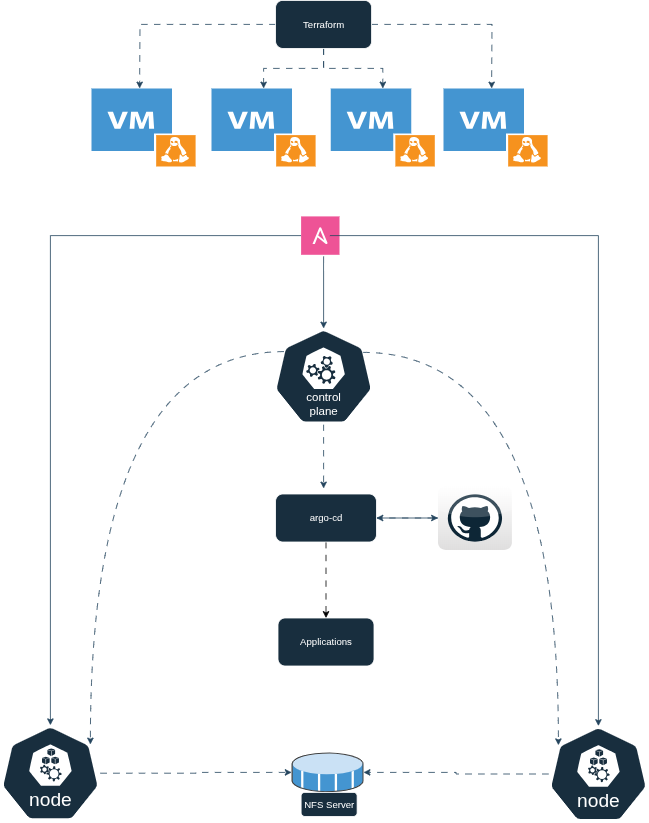
cz75ww/homelab-k3s-de-ploy keeps this draw.io diagram as images/HomelabK3S.drawio.png. Above is the earlier version. Source tidied: cells renumbered, new cells last; positions are measured from the earlier drawing's top-left corner, leaving out a move shared by most shapes. Source of this version:
```xml
<mxGraphModel>
  <root>
    <mxCell id="0" />
    <mxCell id="1" parent="0" />
    <mxCell id="2" style="edgeStyle=orthogonalEdgeStyle;rounded=0;jettySize=auto;html=1;strokeColor=#23445D;flowAnimation=1;" parent="1" edge="1" source="3">
      <mxGeometry relative="1" as="geometry">
        <mxPoint x="404" y="610" as="targetPoint" />
      </mxGeometry>
    </mxCell>
    <mxCell id="3" style="sketch=0;html=1;dashed=0;whitespace=wrap;verticalLabelPosition=bottom;verticalAlign=top;fillColor=#182E3E;strokeColor=#FFFFFF;points=[[0.005,0.63,0],[0.1,0.2,0],[0.9,0.2,0],[0.5,0,0],[0.995,0.63,0],[0.72,0.99,0],[0.5,1,0],[0.28,0.99,0]];shape=mxgraph.kubernetes.icon2;kubernetesLabel=1;prIcon=control_plane;labelBackgroundColor=none;fontColor=#FFFFFF;" parent="1" vertex="1">
      <mxGeometry x="341.5" y="410" width="125" height="120" as="geometry" />
    </mxCell>
    <mxCell id="4" style="edgeStyle=orthogonalEdgeStyle;rounded=0;jettySize=auto;html=1;strokeColor=#23445D;flowAnimation=1;" parent="1" edge="1" source="5" target="8">
      <mxGeometry relative="1" as="geometry" />
    </mxCell>
    <mxCell id="5" style="sketch=0;html=1;dashed=0;whitespace=wrap;verticalLabelPosition=bottom;verticalAlign=top;fillColor=#182E3E;strokeColor=#FFFFFF;points=[[0.005,0.63,0],[0.1,0.2,0],[0.9,0.2,0],[0.5,0,0],[0.995,0.63,0],[0.72,0.99,0],[0.5,1,0],[0.28,0.99,0]];shape=mxgraph.kubernetes.icon2;kubernetesLabel=1;prIcon=node;labelBackgroundColor=none;fontColor=#FFFFFF;" parent="1" vertex="1">
      <mxGeometry x="685" y="907" width="125" height="120" as="geometry" />
    </mxCell>
    <mxCell id="6" style="edgeStyle=orthogonalEdgeStyle;rounded=0;jettySize=auto;html=1;strokeColor=#23445D;flowAnimation=1;" parent="1" edge="1" source="7" target="8">
      <mxGeometry relative="1" as="geometry" />
    </mxCell>
    <mxCell id="7" style="sketch=0;html=1;dashed=0;whitespace=wrap;verticalLabelPosition=bottom;verticalAlign=top;fillColor=#182E3E;strokeColor=#FFFFFF;points=[[0.005,0.63,0],[0.1,0.2,0],[0.9,0.2,0],[0.5,0,0],[0.995,0.63,0],[0.72,0.99,0],[0.5,1,0],[0.28,0.99,0]];shape=mxgraph.kubernetes.icon2;kubernetesLabel=1;prIcon=node;labelBackgroundColor=none;fontColor=#FFFFFF;" parent="1" vertex="1">
      <mxGeometry y="906" width="125" height="120" as="geometry" />
    </mxCell>
    <mxCell id="8" style="shadow=0;dashed=0;html=1;labelPosition=center;verticalLabelPosition=bottom;verticalAlign=top;align=center;outlineConnect=0;shape=mxgraph.veeam.3d.datastore_volume;labelBackgroundColor=none;fillColor=#182E3E;strokeColor=#FFFFFF;fontColor=#FFFFFF;" parent="1" vertex="1">
      <mxGeometry x="364" y="940" width="90" height="50" as="geometry" />
    </mxCell>
    <mxCell id="9" value="NFS Server" style="rounded=1;whiteSpace=wrap;html=1;labelBackgroundColor=none;fillColor=#182E3E;strokeColor=#FFFFFF;fontColor=#FFFFFF;" parent="1" vertex="1">
      <mxGeometry x="375.9" y="990" width="70" height="30" as="geometry" />
    </mxCell>
    <mxCell id="10" style="edgeStyle=orthogonalEdgeStyle;rounded=0;jettySize=auto;html=1;strokeColor=#23445D;flowAnimation=1;" parent="1" edge="1" source="14">
      <mxGeometry relative="1" as="geometry">
        <mxPoint x="174" y="110" as="targetPoint" />
      </mxGeometry>
    </mxCell>
    <mxCell id="11" style="edgeStyle=orthogonalEdgeStyle;rounded=0;jettySize=auto;html=1;strokeColor=#23445D;flowAnimation=1;" parent="1" edge="1" source="14" target="16">
      <mxGeometry relative="1" as="geometry" />
    </mxCell>
    <mxCell id="12" style="edgeStyle=orthogonalEdgeStyle;rounded=0;jettySize=auto;html=1;strokeColor=#23445D;flowAnimation=1;" parent="1" edge="1" source="14" target="17">
      <mxGeometry relative="1" as="geometry" />
    </mxCell>
    <mxCell id="13" style="edgeStyle=orthogonalEdgeStyle;rounded=0;jettySize=auto;html=1;strokeColor=#23445D;flowAnimation=1;" parent="1" edge="1" source="14">
      <mxGeometry relative="1" as="geometry">
        <mxPoint x="614" y="110" as="targetPoint" />
      </mxGeometry>
    </mxCell>
    <mxCell id="14" value="Terraform" style="rounded=1;whiteSpace=wrap;html=1;strokeColor=#FFFFFF;fontColor=#FFFFFF;fillColor=#182E3E;" parent="1" vertex="1">
      <mxGeometry x="344" width="120" height="60" as="geometry" />
    </mxCell>
    <mxCell id="15" style="shadow=0;dashed=0;html=1;strokeColor=none;fillColor=#4495D1;labelPosition=center;verticalLabelPosition=bottom;verticalAlign=top;align=center;shape=mxgraph.veeam.vm_linux;fontColor=#FFFFFF;" parent="1" vertex="1">
      <mxGeometry x="114" y="110" width="130" height="97.6" as="geometry" />
    </mxCell>
    <mxCell id="16" style="shadow=0;dashed=0;html=1;strokeColor=none;fillColor=#4495D1;labelPosition=center;verticalLabelPosition=bottom;verticalAlign=top;align=center;outlineConnect=0;shape=mxgraph.veeam.vm_linux;fontColor=#FFFFFF;" parent="1" vertex="1">
      <mxGeometry x="264" y="110" width="130" height="97.6" as="geometry" />
    </mxCell>
    <mxCell id="17" style="shadow=0;dashed=0;html=1;strokeColor=none;fillColor=#4495D1;labelPosition=center;verticalLabelPosition=bottom;verticalAlign=top;align=center;outlineConnect=0;shape=mxgraph.veeam.vm_linux;fontColor=#FFFFFF;" parent="1" vertex="1">
      <mxGeometry x="413" y="110" width="130" height="97.6" as="geometry" />
    </mxCell>
    <mxCell id="18" style="shadow=0;dashed=0;html=1;strokeColor=none;fillColor=#4495D1;labelPosition=center;verticalLabelPosition=bottom;verticalAlign=top;align=center;shape=mxgraph.veeam.vm_linux;fontColor=#FFFFFF;" parent="1" vertex="1">
      <mxGeometry x="554" y="110" width="130" height="97.6" as="geometry" />
    </mxCell>
    <mxCell id="19" style="edgeStyle=orthogonalEdgeStyle;rounded=0;orthogonalLoop=1;jettySize=auto;html=1;strokeColor=#23445D;" parent="1" edge="1">
      <mxGeometry relative="1" as="geometry">
        <mxPoint x="404" y="320" as="sourcePoint" />
        <mxPoint x="404" y="410" as="targetPoint" />
      </mxGeometry>
    </mxCell>
    <mxCell id="20" style="edgeStyle=orthogonalEdgeStyle;rounded=0;jettySize=auto;html=1;entryX=0.5;entryY=0;entryDx=0;entryDy=0;entryPerimeter=0;strokeColor=#23445D;exitX=0;exitY=0.5;exitDx=0;exitDy=0;" parent="1" edge="1" source="25" target="7">
      <mxGeometry relative="1" as="geometry" />
    </mxCell>
    <mxCell id="21" style="edgeStyle=orthogonalEdgeStyle;rounded=0;jettySize=auto;html=1;strokeColor=#23445D;curved=1;entryX=0.1;entryY=0.2;entryDx=0;entryDy=0;entryPerimeter=0;flowAnimation=1;" parent="1" edge="1" target="5">
      <mxGeometry relative="1" as="geometry">
        <mxPoint x="453.5" y="440" as="sourcePoint" />
      </mxGeometry>
    </mxCell>
    <mxCell id="22" style="edgeStyle=orthogonalEdgeStyle;rounded=0;jettySize=auto;html=1;strokeColor=#23445D;curved=1;flowAnimation=1;entryX=0.9;entryY=0.2;entryDx=0;entryDy=0;entryPerimeter=0;" parent="1" edge="1" target="7">
      <mxGeometry relative="1" as="geometry">
        <mxPoint x="354.5" y="439" as="sourcePoint" />
      </mxGeometry>
    </mxCell>
    <mxCell id="23" style="edgeStyle=orthogonalEdgeStyle;rounded=0;jettySize=auto;html=1;entryX=1;entryY=0.5;entryDx=0;entryDy=0;strokeColor=#23445D;" parent="1" edge="1" source="24" target="30">
      <mxGeometry relative="1" as="geometry" />
    </mxCell>
    <mxCell id="24" style="dashed=0;outlineConnect=0;html=1;align=center;labelPosition=center;verticalLabelPosition=bottom;verticalAlign=top;shape=mxgraph.webicons.github;gradientColor=#DFDEDE;strokeColor=#FFFFFF;fontColor=#FFFFFF;" parent="1" vertex="1">
      <mxGeometry x="547" y="607" width="92.4" height="80" as="geometry" />
    </mxCell>
    <mxCell id="25" value="Ansible" style="shape=rect;fillColor=#EE5396;labelPosition=center;verticalLabelPosition=bottom;align=center;verticalAlign=top;strokeColor=none;fontSize=14;fontColor=#FFFFFF;" parent="1" vertex="1">
      <mxGeometry x="375.9" y="270" width="48" height="48" as="geometry" />
    </mxCell>
    <mxCell id="26" style="fillColor=#ffffff;strokeColor=none;dashed=0;outlineConnect=0;html=1;labelPosition=center;verticalLabelPosition=bottom;verticalAlign=top;shape=mxgraph.ibm_cloud.logo--ansible-community;fontColor=#FFFFFF;" parent="25" vertex="1">
      <mxGeometry width="24" height="24" relative="1" as="geometry">
        <mxPoint x="12" y="12" as="offset" />
      </mxGeometry>
    </mxCell>
    <mxCell id="27" style="edgeStyle=orthogonalEdgeStyle;rounded=0;jettySize=auto;html=1;entryX=0.5;entryY=0;entryDx=0;entryDy=0;entryPerimeter=0;strokeColor=#23445D;" parent="1" edge="1" source="26" target="5">
      <mxGeometry relative="1" as="geometry" />
    </mxCell>
    <mxCell id="28" style="rounded=0;jettySize=auto;html=1;strokeColor=#23445D;flowAnimation=1;" parent="1" edge="1" source="30" target="24">
      <mxGeometry relative="1" as="geometry" />
    </mxCell>
    <mxCell id="29" style="edgeStyle=orthogonalEdgeStyle;rounded=0;jettySize=auto;html=1;flowAnimation=1;" parent="1" edge="1" source="30" target="31">
      <mxGeometry relative="1" as="geometry" />
    </mxCell>
    <mxCell id="30" value="argo-cd" style="rounded=1;whiteSpace=wrap;html=1;strokeColor=#FFFFFF;fontColor=#FFFFFF;fillColor=#182E3E;" parent="1" vertex="1">
      <mxGeometry x="344" y="617" width="126" height="60" as="geometry" />
    </mxCell>
    <mxCell id="31" value="Applications" style="rounded=1;whiteSpace=wrap;html=1;strokeColor=#FFFFFF;fontColor=#FFFFFF;fillColor=#182E3E;" parent="1" vertex="1">
      <mxGeometry x="347" y="772" width="120" height="60" as="geometry" />
    </mxCell>
  </root>
</mxGraphModel>
```
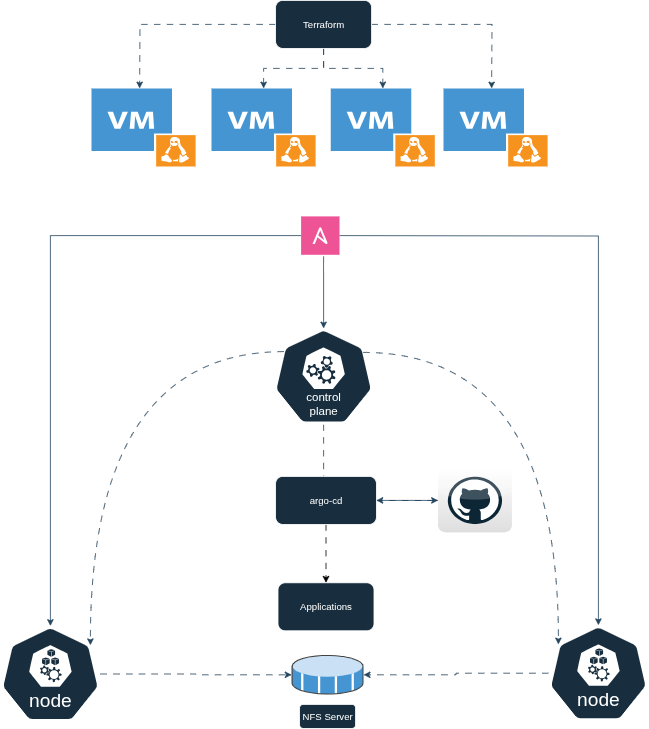
The same diagram one commit later.

The edit, as a diff of the source:
```diff
@@ -14,19 +14,19 @@
       <mxGeometry relative="1" as="geometry" />
     </mxCell>
     <mxCell id="5" style="sketch=0;html=1;dashed=0;whitespace=wrap;verticalLabelPosition=bottom;verticalAlign=top;fillColor=#182E3E;strokeColor=#FFFFFF;points=[[0.005,0.63,0],[0.1,0.2,0],[0.9,0.2,0],[0.5,0,0],[0.995,0.63,0],[0.72,0.99,0],[0.5,1,0],[0.28,0.99,0]];shape=mxgraph.kubernetes.icon2;kubernetesLabel=1;prIcon=node;labelBackgroundColor=none;fontColor=#FFFFFF;" parent="1" vertex="1">
-      <mxGeometry x="685" y="907" width="125" height="120" as="geometry" />
+      <mxGeometry x="685" y="781" width="125" height="120" as="geometry" />
     </mxCell>
     <mxCell id="6" style="edgeStyle=orthogonalEdgeStyle;rounded=0;jettySize=auto;html=1;strokeColor=#23445D;flowAnimation=1;" parent="1" edge="1" source="7" target="8">
       <mxGeometry relative="1" as="geometry" />
     </mxCell>
     <mxCell id="7" style="sketch=0;html=1;dashed=0;whitespace=wrap;verticalLabelPosition=bottom;verticalAlign=top;fillColor=#182E3E;strokeColor=#FFFFFF;points=[[0.005,0.63,0],[0.1,0.2,0],[0.9,0.2,0],[0.5,0,0],[0.995,0.63,0],[0.72,0.99,0],[0.5,1,0],[0.28,0.99,0]];shape=mxgraph.kubernetes.icon2;kubernetesLabel=1;prIcon=node;labelBackgroundColor=none;fontColor=#FFFFFF;" parent="1" vertex="1">
-      <mxGeometry y="906" width="125" height="120" as="geometry" />
+      <mxGeometry y="782" width="125" height="120" as="geometry" />
     </mxCell>
     <mxCell id="8" style="shadow=0;dashed=0;html=1;labelPosition=center;verticalLabelPosition=bottom;verticalAlign=top;align=center;outlineConnect=0;shape=mxgraph.veeam.3d.datastore_volume;labelBackgroundColor=none;fillColor=#182E3E;strokeColor=#FFFFFF;fontColor=#FFFFFF;" parent="1" vertex="1">
-      <mxGeometry x="364" y="940" width="90" height="50" as="geometry" />
+      <mxGeometry x="364" y="818" width="90" height="50" as="geometry" />
     </mxCell>
     <mxCell id="9" value="NFS Server" style="rounded=1;whiteSpace=wrap;html=1;labelBackgroundColor=none;fillColor=#182E3E;strokeColor=#FFFFFF;fontColor=#FFFFFF;" parent="1" vertex="1">
-      <mxGeometry x="375.9" y="990" width="70" height="30" as="geometry" />
+      <mxGeometry x="374" y="880" width="70" height="30" as="geometry" />
     </mxCell>
     <mxCell id="10" style="edgeStyle=orthogonalEdgeStyle;rounded=0;jettySize=auto;html=1;strokeColor=#23445D;flowAnimation=1;" parent="1" edge="1" source="14">
       <mxGeometry relative="1" as="geometry">
@@ -82,7 +82,7 @@
       <mxGeometry relative="1" as="geometry" />
     </mxCell>
     <mxCell id="24" style="dashed=0;outlineConnect=0;html=1;align=center;labelPosition=center;verticalLabelPosition=bottom;verticalAlign=top;shape=mxgraph.webicons.github;gradientColor=#DFDEDE;strokeColor=#FFFFFF;fontColor=#FFFFFF;" parent="1" vertex="1">
-      <mxGeometry x="547" y="607" width="92.4" height="80" as="geometry" />
+      <mxGeometry x="547" y="585" width="92.4" height="80" as="geometry" />
     </mxCell>
     <mxCell id="25" value="Ansible" style="shape=rect;fillColor=#EE5396;labelPosition=center;verticalLabelPosition=bottom;align=center;verticalAlign=top;strokeColor=none;fontSize=14;fontColor=#FFFFFF;" parent="1" vertex="1">
       <mxGeometry x="375.9" y="270" width="48" height="48" as="geometry" />
@@ -92,8 +92,10 @@
         <mxPoint x="12" y="12" as="offset" />
       </mxGeometry>
     </mxCell>
-    <mxCell id="27" style="edgeStyle=orthogonalEdgeStyle;rounded=0;jettySize=auto;html=1;entryX=0.5;entryY=0;entryDx=0;entryDy=0;entryPerimeter=0;strokeColor=#23445D;" parent="1" edge="1" source="26" target="5">
-      <mxGeometry relative="1" as="geometry" />
+    <mxCell id="27" style="edgeStyle=orthogonalEdgeStyle;rounded=0;jettySize=auto;html=1;entryX=0.5;entryY=0;entryDx=0;entryDy=0;entryPerimeter=0;strokeColor=#23445D;" parent="1" edge="1" target="5">
+      <mxGeometry relative="1" as="geometry">
+        <mxPoint x="424" y="294" as="sourcePoint" />
+      </mxGeometry>
     </mxCell>
     <mxCell id="28" style="rounded=0;jettySize=auto;html=1;strokeColor=#23445D;flowAnimation=1;" parent="1" edge="1" source="30" target="24">
       <mxGeometry relative="1" as="geometry" />
@@ -102,10 +104,10 @@
       <mxGeometry relative="1" as="geometry" />
     </mxCell>
     <mxCell id="30" value="argo-cd" style="rounded=1;whiteSpace=wrap;html=1;strokeColor=#FFFFFF;fontColor=#FFFFFF;fillColor=#182E3E;" parent="1" vertex="1">
-      <mxGeometry x="344" y="617" width="126" height="60" as="geometry" />
+      <mxGeometry x="344" y="595" width="126" height="60" as="geometry" />
     </mxCell>
     <mxCell id="31" value="Applications" style="rounded=1;whiteSpace=wrap;html=1;strokeColor=#FFFFFF;fontColor=#FFFFFF;fillColor=#182E3E;" parent="1" vertex="1">
-      <mxGeometry x="347" y="772" width="120" height="60" as="geometry" />
+      <mxGeometry x="347" y="728" width="120" height="60" as="geometry" />
     </mxCell>
   </root>
 </mxGraphModel>
```
